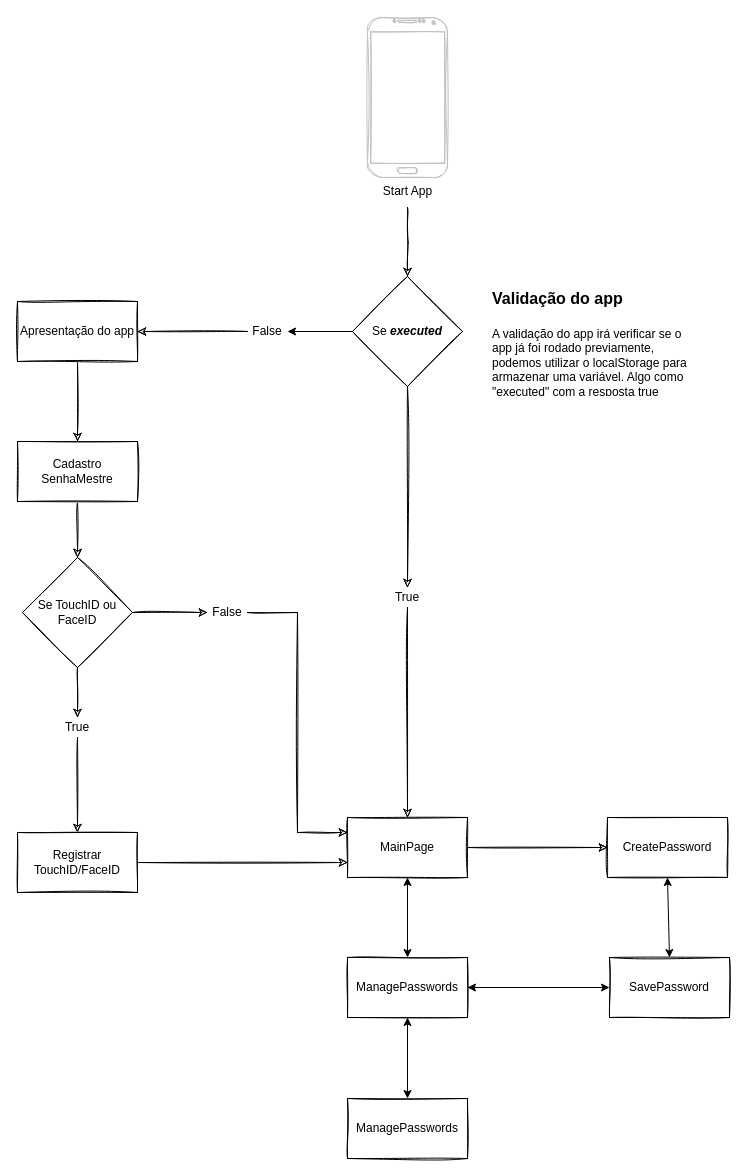
This is UserFluxogram.drawio from darthC0de/kissManagerMobile, a draw.io file, before an edit. Source tidied: cells renumbered, new cells numbered last; positions are measured from the earlier drawing's top-left corner, leaving out a move shared by most shapes. Both pictures are drawn from the tidied source at 100%, with x=0, y=0 at pixel (17, 17).
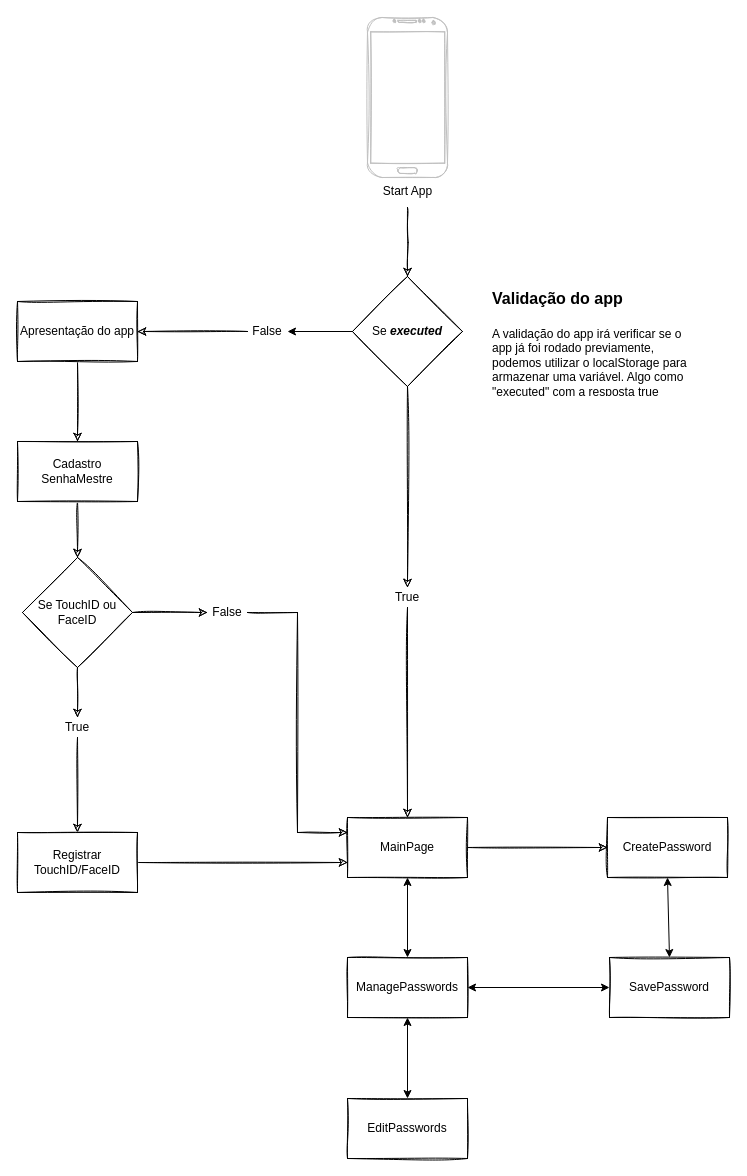
After the change.

Commit message (it also covers changes not shown here):
update user flow and github templates

Change to the diagram source:
```diff
@@
-    <mxCell id="33" value="ManagePasswords" style="whiteSpace=wrap;html=1;rounded=0;sketch=1;" parent="1" vertex="1">
+    <mxCell id="33" value="EditPasswords" style="whiteSpace=wrap;html=1;rounded=0;sketch=1;" parent="1" vertex="1">
       <mxGeometry x="330" y="1081" width="120" height="60" as="geometry" />
     </mxCell>
```
